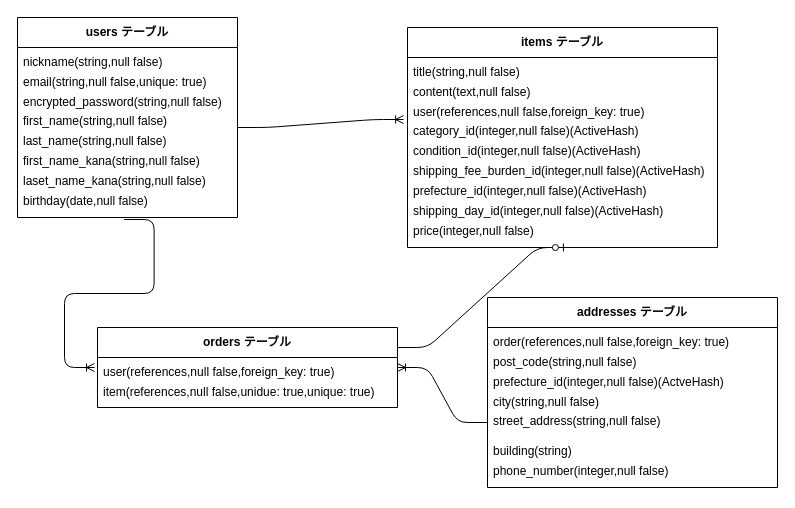
Above: db.dio in kazukingrad-jpg/furima-46707 (draw.io), before the change. Source tidied: cells renumbered, new cells numbered last; positions are measured from the earlier drawing's top-left corner, leaving out a move shared by most shapes. Both pictures are drawn from the tidied source at 100%, with x=0, y=0 at pixel (17, 17).
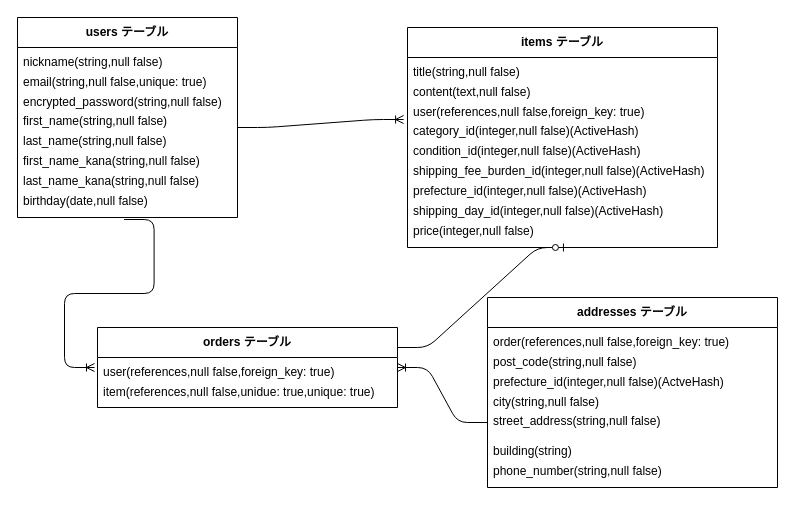
Above is the later version.

Commit message (it also covers changes not shown here):
ER図、READMEの修正3回目

Unchanged cells that the change refers to:
```xml
<mxCell id="2" value="users テーブル" style="swimlane;whiteSpace=wrap;html=1;startSize=30;" parent="1" vertex="1">
  <mxGeometry width="220" height="200" as="geometry" />
</mxCell>
<mxCell id="27" value="addresses テーブル" style="swimlane;whiteSpace=wrap;html=1;startSize=30;" parent="1" vertex="1">
  <mxGeometry x="470" y="280" width="290" height="190" as="geometry" />
</mxCell>
```

Change to the diagram source:
```diff
@@
-    <mxCell id="9" value="laset_name_kana(string,null false)" style="text;strokeColor=none;fillColor=none;spacingLeft=4;spacingRight=4;overflow=hidden;fontSize=12;whiteSpace=wrap;html=1;" parent="2" vertex="1">
+    <mxCell id="9" value="last_name_kana(string,null false)" style="text;strokeColor=none;fillColor=none;spacingLeft=4;spacingRight=4;overflow=hidden;fontSize=12;whiteSpace=wrap;html=1;" parent="2" vertex="1">
       <mxGeometry y="150" width="220" height="30" as="geometry" />
     </mxCell>
@@
-    <mxCell id="33" value="phone_number(integer,null false)" style="text;strokeColor=none;fillColor=none;spacingLeft=4;spacingRight=4;overflow=hidden;fontSize=12;whiteSpace=wrap;html=1;" parent="27" vertex="1">
+    <mxCell id="33" value="phone_number(string,null false)" style="text;strokeColor=none;fillColor=none;spacingLeft=4;spacingRight=4;overflow=hidden;fontSize=12;whiteSpace=wrap;html=1;" parent="27" vertex="1">
       <mxGeometry y="160" width="220" height="30" as="geometry" />
     </mxCell>
```
